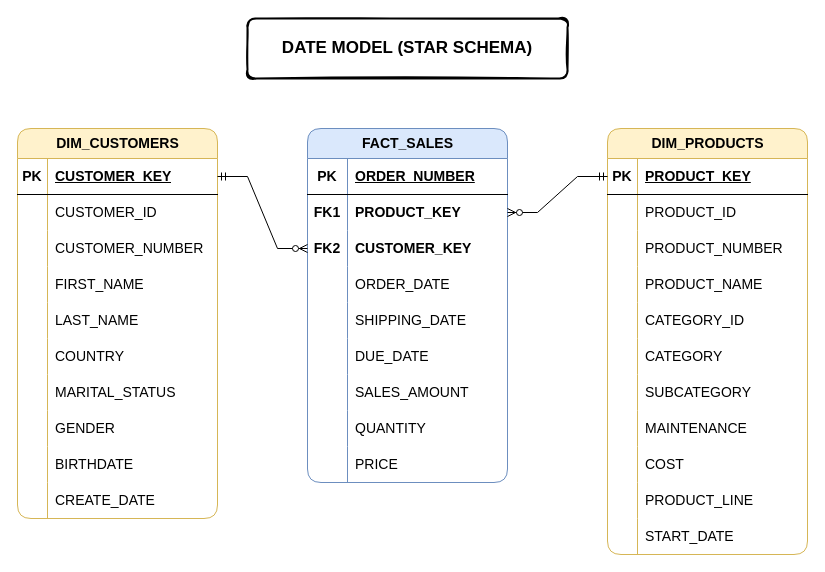
The draw.io diagram _docs/wh_data_model.drawio in asadali27232/snowflake-sql-medallion-warehouse, before the edit. Source tidied: cells renumbered, new cells numbered last; positions are measured from the earlier drawing's top-left corner, leaving out a move shared by most shapes. Both pictures are drawn from the tidied source at 100%, with x=0, y=0 at pixel (17, 18).
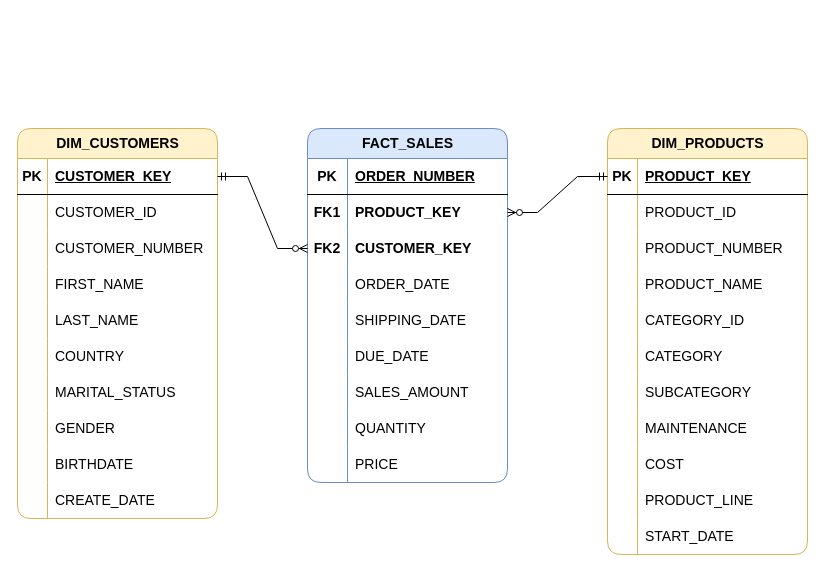
After the change.

Commit message (it also covers changes not shown here):
docs: Revise README content and update all architectural and data flow diagrams.

Diff of the diagram source:
```diff
@@
-    <mxCell id="97" value="DATE MODEL (STAR SCHEMA)" style="rounded=1;whiteSpace=wrap;html=1;strokeWidth=2;fillWeight=4;hachureGap=8;hachureAngle=45;fillColor=none;sketch=1;fontSize=17;fontStyle=1;" parent="1" vertex="1">
-      <mxGeometry x="230" width="320" height="60" as="geometry" />
-    </mxCell>
```
